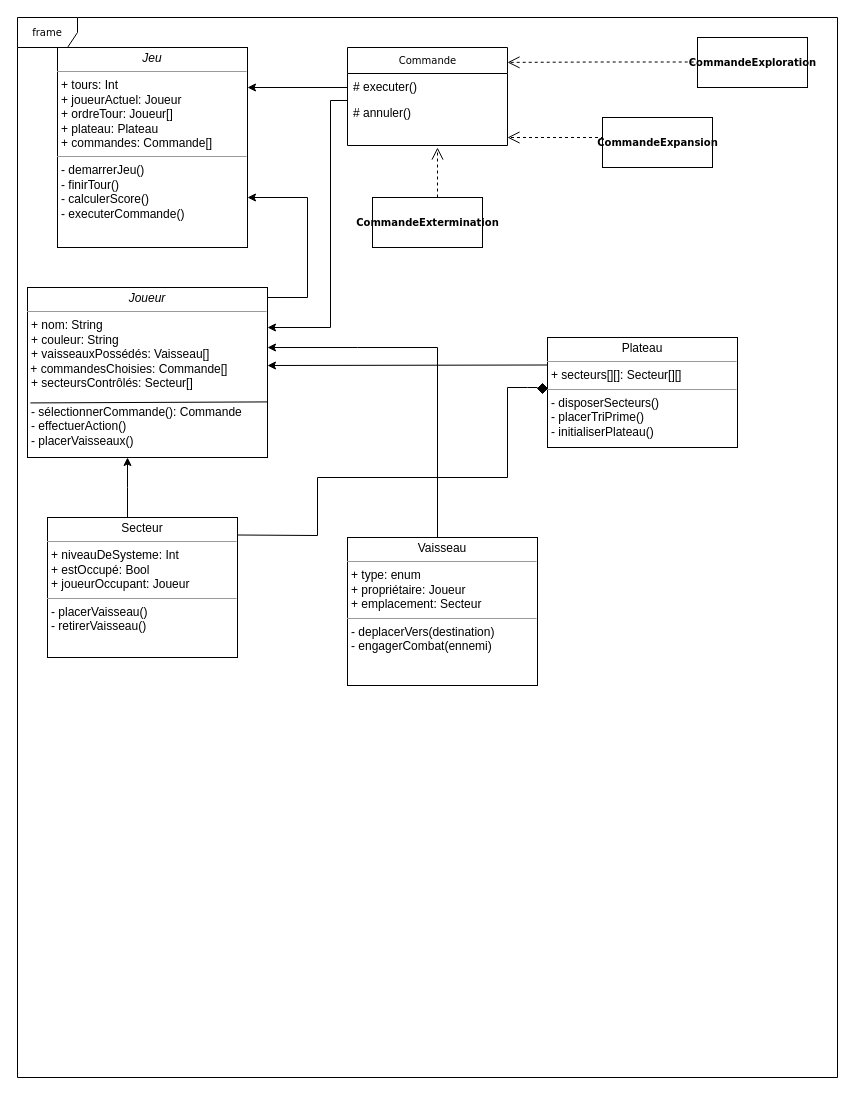
Before: DiagrammeDeClasse.drawio in haikll/pocket_imperium_java, a draw.io diagram. Source tidied: cells renumbered, new cells numbered last; positions are measured from the earlier drawing's top-left corner, leaving out a move shared by most shapes. Both pictures are drawn from the tidied source at 100%, with x=0, y=0 at pixel (17, 17).
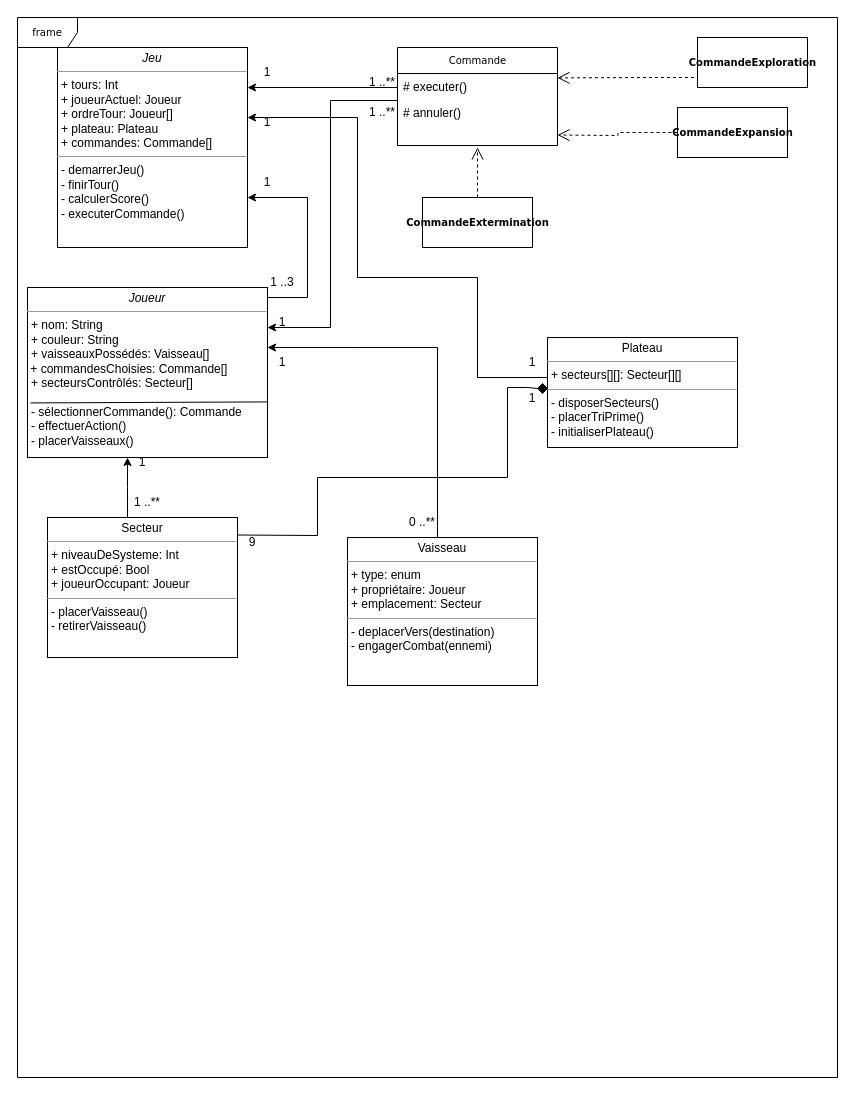
After the change.

Commit message:
Mettre à jour DiagrammeDeClasse.drawio

Unchanged cells that the change refers to:
```xml
<mxCell id="10" value="&lt;p style=&quot;margin:0px;margin-top:4px;text-align:center;&quot;&gt;&lt;span style=&quot;caret-color: rgb(0, 0, 0); text-align: start; text-wrap: wrap; text-size-adjust: auto;&quot; id=&quot;docs-internal-guid-b3213f9f-7fff-8f5c-c253-338bc10951cc&quot;&gt;&lt;span style=&quot;font-family: Arial, sans-serif; background-color: transparent; font-variant-east-asian: normal; font-variant-position: normal; vertical-align: baseline; white-space-collapse: preserve;&quot;&gt;Plateau&lt;/span&gt;&lt;/span&gt;&lt;br&gt;&lt;/p&gt;&lt;hr size=&quot;1&quot;&gt;&lt;p style=&quot;margin:0px;margin-left:4px;&quot;&gt;+&amp;nbsp;&lt;span style=&quot;caret-color: rgb(0, 0, 0); text-wrap: wrap; text-size-adjust: auto;&quot; id=&quot;docs-internal-guid-b2e2c27a-7fff-f34c-b8bb-4817a529b96e&quot;&gt;&lt;span style=&quot;font-family: Arial, sans-serif; background-color: transparent; font-variant-east-asian: normal; font-variant-position: normal; vertical-align: baseline; white-space-collapse: preserve;&quot;&gt;&lt;font style=&quot;font-size: 12px;&quot;&gt;secteurs[][]&lt;/font&gt;&lt;/span&gt;&lt;/span&gt;: Secteur[][]&lt;br&gt;&lt;/p&gt;&lt;hr size=&quot;1&quot;&gt;&lt;p style=&quot;margin:0px;margin-left:4px;&quot;&gt;-&amp;nbsp;&lt;span style=&quot;caret-color: rgb(0, 0, 0); text-wrap: wrap; text-size-adjust: auto;&quot; id=&quot;docs-internal-guid-2244ef7e-7fff-301d-b6cc-7731503437bb&quot;&gt;&lt;span style=&quot;font-family: Arial, sans-serif; background-color: transparent; font-variant-east-asian: normal; font-variant-position: normal; vertical-align: baseline; white-space-collapse: preserve;&quot;&gt;&lt;font style=&quot;font-size: 12px;&quot;&gt;disposerSecteurs&lt;/font&gt;&lt;/span&gt;&lt;/span&gt;()&lt;/p&gt;&lt;p style=&quot;margin:0px;margin-left:4px;&quot;&gt;-&amp;nbsp;&lt;span style=&quot;caret-color: rgb(0, 0, 0); text-wrap: wrap; text-size-adjust: auto;&quot; id=&quot;docs-internal-guid-e2a53ce2-7fff-88a2-711e-00a28b6adaa2&quot;&gt;&lt;span style=&quot;font-family: Arial, sans-serif; background-color: transparent; font-variant-east-asian: normal; font-variant-position: normal; vertical-align: baseline; white-space-collapse: preserve;&quot;&gt;&lt;font style=&quot;font-size: 12px;&quot;&gt;placerTriPrime&lt;/font&gt;&lt;/span&gt;&lt;/span&gt;()&lt;/p&gt;&lt;p style=&quot;margin:0px;margin-left:4px;&quot;&gt;- initialiserPlateau()&lt;br&gt;&lt;/p&gt;" style="verticalAlign=top;align=left;overflow=fill;fontSize=12;fontFamily=Helvetica;html=1;rounded=0;shadow=0;comic=0;labelBackgroundColor=none;strokeWidth=1;" parent="1" vertex="1">
  <mxGeometry x="530" y="320" width="190" height="110" as="geometry" />
</mxCell>
<mxCell id="11" value="&lt;b&gt;CommandeExploration&lt;/b&gt;" style="html=1;rounded=0;shadow=0;comic=0;labelBackgroundColor=none;strokeWidth=1;fontFamily=Verdana;fontSize=10;align=center;" parent="1" vertex="1">
  <mxGeometry x="680" y="20" width="110" height="50" as="geometry" />
</mxCell>
<mxCell id="14" value="&lt;p style=&quot;margin:0px;margin-top:4px;text-align:center;&quot;&gt;&lt;span style=&quot;caret-color: rgb(0, 0, 0); text-align: start; text-wrap: wrap; text-size-adjust: auto;&quot; id=&quot;docs-internal-guid-e3b61ee9-7fff-e5d5-41c7-d22d9880ad86&quot;&gt;&lt;span style=&quot;font-family: Arial, sans-serif; background-color: transparent; font-variant-east-asian: normal; font-variant-position: normal; vertical-align: baseline; white-space-collapse: preserve;&quot;&gt;&lt;font style=&quot;font-size: 12px;&quot;&gt;Secteur&lt;/font&gt;&lt;/span&gt;&lt;/span&gt;&lt;br&gt;&lt;/p&gt;&lt;hr size=&quot;1&quot;&gt;&lt;p style=&quot;margin:0px;margin-left:4px;&quot;&gt;+&amp;nbsp;&lt;span style=&quot;caret-color: rgb(0, 0, 0); text-wrap: wrap; text-size-adjust: auto;&quot; id=&quot;docs-internal-guid-462577ee-7fff-3a6e-18f1-1afd69765bc6&quot;&gt;&lt;span style=&quot;font-family: Arial, sans-serif; background-color: transparent; font-variant-east-asian: normal; font-variant-position: normal; vertical-align: baseline; white-space-collapse: preserve;&quot;&gt;&lt;font style=&quot;font-size: 12px;&quot;&gt;niveauDeSysteme&lt;/font&gt;&lt;/span&gt;&lt;/span&gt;: Int&lt;br&gt;+&amp;nbsp;&lt;span style=&quot;caret-color: rgb(0, 0, 0); text-wrap: wrap; text-size-adjust: auto;&quot; id=&quot;docs-internal-guid-7cf39076-7fff-7596-5069-f07c1bd4fb56&quot;&gt;&lt;span style=&quot;font-family: Arial, sans-serif; background-color: transparent; font-variant-east-asian: normal; font-variant-position: normal; vertical-align: baseline; white-space-collapse: preserve;&quot;&gt;&lt;font style=&quot;font-size: 12px;&quot;&gt;estOccupé&lt;/font&gt;&lt;/span&gt;&lt;/span&gt;: Bool&lt;/p&gt;&lt;p style=&quot;margin:0px;margin-left:4px;&quot;&gt;+&amp;nbsp;&lt;span style=&quot;caret-color: rgb(0, 0, 0); text-wrap: wrap; text-size-adjust: auto;&quot; id=&quot;docs-internal-guid-00a3d113-7fff-d1fa-c497-511a970d967c&quot;&gt;&lt;span style=&quot;background-color: transparent; font-variant-east-asian: normal; font-variant-position: normal; vertical-align: baseline; white-space-collapse: preserve;&quot;&gt;&lt;font style=&quot;font-size: 12px;&quot;&gt;joueurOccupant&lt;/font&gt;&lt;/span&gt;&lt;/span&gt;: Joueur&lt;br&gt;&lt;/p&gt;&lt;hr size=&quot;1&quot;&gt;&lt;p style=&quot;margin:0px;margin-left:4px;&quot;&gt;-&amp;nbsp;&lt;span style=&quot;caret-color: rgb(0, 0, 0); text-wrap: wrap; text-size-adjust: auto;&quot; id=&quot;docs-internal-guid-e1630ec1-7fff-0c20-7431-e668d71be7ab&quot;&gt;&lt;span style=&quot;background-color: transparent; font-variant-east-asian: normal; font-variant-position: normal; vertical-align: baseline; white-space-collapse: preserve;&quot;&gt;&lt;font face=&quot;Helvetica&quot; style=&quot;font-size: 12px;&quot;&gt;placerVaisseau&lt;/font&gt;&lt;/span&gt;&lt;/span&gt;()&lt;br&gt;-&amp;nbsp;&lt;span style=&quot;caret-color: rgb(0, 0, 0); text-wrap: wrap; text-size-adjust: auto;&quot; id=&quot;docs-internal-guid-03e8e8f0-7fff-3a2d-6706-b5379dcc5f43&quot;&gt;&lt;span style=&quot;font-family: Arial, sans-serif; background-color: transparent; font-variant-east-asian: normal; font-variant-position: normal; vertical-align: baseline; white-space-collapse: preserve;&quot;&gt;&lt;font style=&quot;font-size: 12px;&quot;&gt;retirerVaisseau&lt;/font&gt;&lt;/span&gt;&lt;/span&gt;()&lt;/p&gt;" style="verticalAlign=top;align=left;overflow=fill;fontSize=12;fontFamily=Helvetica;html=1;rounded=0;shadow=0;comic=0;labelBackgroundColor=none;strokeWidth=1;" parent="1" vertex="1">
  <mxGeometry x="30" y="500" width="190" height="140" as="geometry" />
</mxCell>
<mxCell id="18" style="rhombus;whiteSpace=wrap;html=1;fillColor=#000000;" parent="1" vertex="1">
  <mxGeometry x="520" y="366" width="10" height="10" as="geometry" />
</mxCell>
```

Diff of the diagram source:
```diff
@@
     <mxCell id="3" value="Commande" style="swimlane;html=1;fontStyle=0;horizontal=1;startSize=26;fillColor=none;swimlaneFillColor=#ffffff;rounded=0;shadow=0;comic=0;labelBackgroundColor=none;strokeWidth=1;fontFamily=Verdana;fontSize=10;align=center;" parent="1" vertex="1">
-      <mxGeometry x="330" y="30" width="160" height="98" as="geometry" />
+      <mxGeometry x="380" y="30" width="160" height="98" as="geometry" />
     </mxCell>
@@
     <mxCell id="7" value="&lt;b&gt;CommandeExtermination&lt;/b&gt;" style="html=1;rounded=0;shadow=0;comic=0;labelBackgroundColor=none;strokeWidth=1;fontFamily=Verdana;fontSize=10;align=center;" parent="1" vertex="1">
-      <mxGeometry x="355" y="180" width="110" height="50" as="geometry" />
+      <mxGeometry x="405" y="180" width="110" height="50" as="geometry" />
     </mxCell>
     <mxCell id="8" value="&lt;b&gt;CommandeExpansion&lt;/b&gt;" style="html=1;rounded=0;shadow=0;comic=0;labelBackgroundColor=none;strokeWidth=1;fontFamily=Verdana;fontSize=10;align=center;" parent="1" vertex="1">
-      <mxGeometry x="585" y="100" width="110" height="50" as="geometry" />
+      <mxGeometry x="660" y="90" width="110" height="50" as="geometry" />
     </mxCell>
-    <mxCell id="9" style="edgeStyle=orthogonalEdgeStyle;rounded=0;html=1;dashed=1;labelBackgroundColor=none;startFill=0;endArrow=open;endFill=0;endSize=10;fontFamily=Verdana;fontSize=10;" parent="1" edge="1">
+    <mxCell id="9" style="edgeStyle=orthogonalEdgeStyle;rounded=0;html=1;dashed=1;labelBackgroundColor=none;startFill=0;endArrow=open;endFill=0;endSize=10;fontFamily=Verdana;fontSize=10;exitX=0.5;exitY=0;exitDx=0;exitDy=0;" parent="1" edge="1" source="7">
       <mxGeometry relative="1" as="geometry">
-        <mxPoint x="420" y="180" as="sourcePoint" />
-        <mxPoint x="420" y="130" as="targetPoint" />
+        <mxPoint x="460" y="130" as="targetPoint" />
         <Array as="points">
-          <mxPoint x="420" y="130" />
-          <mxPoint x="420" y="130" />
+          <mxPoint x="460" y="130" />
         </Array>
       </mxGeometry>
     </mxCell>
@@
-    <mxCell id="17" style="endArrow=none;html=1;rounded=0;exitX=1.001;exitY=0.125;exitDx=0;exitDy=0;exitPerimeter=0;" parent="1" edge="1" source="14">
+    <mxCell id="17" style="endArrow=none;html=1;rounded=0;exitX=1.001;exitY=0.125;exitDx=0;exitDy=0;exitPerimeter=0;entryX=0;entryY=0.5;entryDx=0;entryDy=0;" parent="1" edge="1" source="14" target="18">
       <mxGeometry relative="1" as="geometry">
-        <mxPoint x="520" y="370" as="targetPoint" />
         <Array as="points">
           <mxPoint x="300" y="518" />
           <mxPoint x="300" y="460" />
           <mxPoint x="490" y="460" />
           <mxPoint x="490" y="370" />
           <mxPoint x="510" y="370" />
         </Array>
       </mxGeometry>
     </mxCell>
@@
     <mxCell id="19" style="endArrow=classic;html=1;rounded=0;entryX=0.982;entryY=0.188;entryDx=0;entryDy=0;entryPerimeter=0;" parent="1" edge="1">
       <mxGeometry relative="1" as="geometry">
         <mxPoint x="303" y="70" as="sourcePoint" />
         <mxPoint x="230" y="70" as="targetPoint" />
         <Array as="points">
-          <mxPoint x="330" y="70" />
+          <mxPoint x="380" y="70" />
         </Array>
       </mxGeometry>
     </mxCell>
     <mxCell id="20" style="endArrow=classic;html=1;rounded=0;" parent="1" edge="1">
       <mxGeometry relative="1" as="geometry">
-        <mxPoint x="330" y="83" as="sourcePoint" />
+        <mxPoint x="380" y="83" as="sourcePoint" />
         <mxPoint x="250" y="310" as="targetPoint" />
         <Array as="points">
           <mxPoint x="313" y="83" />
           <mxPoint x="313" y="310" />
         </Array>
       </mxGeometry>
     </mxCell>
@@
-    <mxCell id="23" style="edgeStyle=orthogonalEdgeStyle;rounded=0;html=1;dashed=1;labelBackgroundColor=none;startFill=0;endArrow=open;endFill=0;endSize=10;fontFamily=Verdana;fontSize=10;exitX=0;exitY=0.25;exitDx=0;exitDy=0;" parent="1" edge="1" source="8">
+    <mxCell id="23" style="edgeStyle=orthogonalEdgeStyle;rounded=0;html=1;dashed=1;labelBackgroundColor=none;startFill=0;endArrow=open;endFill=0;endSize=10;fontFamily=Verdana;fontSize=10;" parent="1" edge="1" source="8">
       <mxGeometry relative="1" as="geometry">
-        <mxPoint x="490" y="120" as="targetPoint" />
-        <Array as="points">
-          <mxPoint x="585" y="120" />
-        </Array>
+        <mxPoint x="540" y="117.5" as="targetPoint" />
       </mxGeometry>
     </mxCell>
-    <mxCell id="24" style="edgeStyle=orthogonalEdgeStyle;rounded=0;html=1;dashed=1;labelBackgroundColor=none;startFill=0;endArrow=open;endFill=0;endSize=10;fontFamily=Verdana;fontSize=10;exitX=0;exitY=0.5;exitDx=0;exitDy=0;entryX=1.024;entryY=0.157;entryDx=0;entryDy=0;entryPerimeter=0;" parent="1" edge="1">
+    <mxCell id="24" style="edgeStyle=orthogonalEdgeStyle;rounded=0;html=1;dashed=1;labelBackgroundColor=none;startFill=0;endArrow=open;endFill=0;endSize=10;fontFamily=Verdana;fontSize=10;exitX=0;exitY=0.75;exitDx=0;exitDy=0;entryX=1.024;entryY=0.157;entryDx=0;entryDy=0;entryPerimeter=0;" parent="1" edge="1" source="11">
       <mxGeometry relative="1" as="geometry">
-        <mxPoint x="676.2" y="44.5" as="sourcePoint" />
-        <mxPoint x="490" y="44.9" as="targetPoint" />
+        <mxPoint x="540" y="60.4" as="targetPoint" />
         <Array as="points">
-          <mxPoint x="586.2" y="44.5" />
-          <mxPoint x="586.2" y="44.5" />
+          <mxPoint x="680" y="60" />
+          <mxPoint x="636" y="60" />
         </Array>
       </mxGeometry>
     </mxCell>
-    <mxCell id="25" style="endArrow=classic;html=1;rounded=0;exitX=0;exitY=0.25;exitDx=0;exitDy=0;" parent="1" edge="1" source="10">
-      <mxGeometry relative="1" as="geometry">
-        <mxPoint x="250" y="348" as="targetPoint" />
-      </mxGeometry>
-    </mxCell>
+    <mxCell id="26" value="1" style="text;html=1;align=center;verticalAlign=middle;whiteSpace=wrap;rounded=0;" parent="1" vertex="1">
+      <mxGeometry x="240" y="50" width="20" height="10" as="geometry" />
+    </mxCell>
+    <mxCell id="27" value="1 ..**" style="text;html=1;align=center;verticalAlign=middle;whiteSpace=wrap;rounded=0;" parent="1" vertex="1">
+      <mxGeometry x="350" y="90" width="30" height="10" as="geometry" />
+    </mxCell>
+    <mxCell id="28" value="1 ..**" style="text;html=1;align=center;verticalAlign=middle;whiteSpace=wrap;rounded=0;" parent="1" vertex="1">
+      <mxGeometry x="350" y="60" width="30" height="10" as="geometry" />
+    </mxCell>
+    <mxCell id="29" value="1" style="text;html=1;align=center;verticalAlign=middle;whiteSpace=wrap;rounded=0;" parent="1" vertex="1">
+      <mxGeometry x="235" y="160" width="30" height="10" as="geometry" />
+    </mxCell>
+    <mxCell id="30" value="1 ..3" style="text;html=1;align=center;verticalAlign=middle;whiteSpace=wrap;rounded=0;" parent="1" vertex="1">
+      <mxGeometry x="250" y="260" width="30" height="10" as="geometry" />
+    </mxCell>
+    <mxCell id="31" style="endArrow=classic;html=1;rounded=0;" parent="1" edge="1">
+      <mxGeometry relative="1" as="geometry">
+        <mxPoint x="530" y="360" as="sourcePoint" />
+        <mxPoint x="230" y="100" as="targetPoint" />
+        <Array as="points">
+          <mxPoint x="460" y="360" />
+          <mxPoint x="460" y="260" />
+          <mxPoint x="340" y="260" />
+          <mxPoint x="340" y="100" />
+        </Array>
+      </mxGeometry>
+    </mxCell>
+    <mxCell id="32" value="1" style="text;html=1;align=center;verticalAlign=middle;whiteSpace=wrap;rounded=0;" parent="1" vertex="1">
+      <mxGeometry x="500" y="340" width="30" height="10" as="geometry" />
+    </mxCell>
+    <mxCell id="33" value="1" style="text;html=1;align=center;verticalAlign=middle;whiteSpace=wrap;rounded=0;" parent="1" vertex="1">
+      <mxGeometry x="235" y="100" width="30" height="10" as="geometry" />
+    </mxCell>
+    <mxCell id="34" value="1" style="text;html=1;align=center;verticalAlign=middle;whiteSpace=wrap;rounded=0;" parent="1" vertex="1">
+      <mxGeometry x="500" y="376" width="30" height="10" as="geometry" />
+    </mxCell>
+    <mxCell id="35" value="&lt;div&gt;9&lt;/div&gt;" style="text;html=1;align=center;verticalAlign=middle;whiteSpace=wrap;rounded=0;" parent="1" vertex="1">
+      <mxGeometry x="220" y="520" width="30" height="10" as="geometry" />
+    </mxCell>
+    <mxCell id="36" value="1" style="text;html=1;align=center;verticalAlign=middle;whiteSpace=wrap;rounded=0;" parent="1" vertex="1">
+      <mxGeometry x="250" y="340" width="30" height="10" as="geometry" />
+    </mxCell>
+    <mxCell id="37" value="0 ..**" style="text;html=1;align=center;verticalAlign=middle;whiteSpace=wrap;rounded=0;" parent="1" vertex="1">
+      <mxGeometry x="390" y="500" width="30" height="10" as="geometry" />
+    </mxCell>
+    <mxCell id="38" value="1" style="text;html=1;align=center;verticalAlign=middle;whiteSpace=wrap;rounded=0;" parent="1" vertex="1">
+      <mxGeometry x="110" y="440" width="30" height="10" as="geometry" />
+    </mxCell>
+    <mxCell id="39" value="1 ..**" style="text;html=1;align=center;verticalAlign=middle;whiteSpace=wrap;rounded=0;" parent="1" vertex="1">
+      <mxGeometry x="115" y="480" width="30" height="10" as="geometry" />
+    </mxCell>
+    <mxCell id="40" value="1" style="text;html=1;align=center;verticalAlign=middle;whiteSpace=wrap;rounded=0;" parent="1" vertex="1">
+      <mxGeometry x="250" y="300" width="30" height="10" as="geometry" />
+    </mxCell>
```
